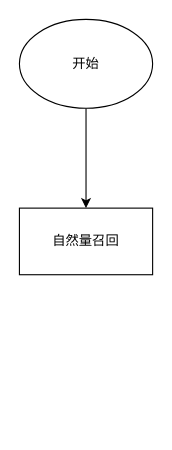
This is 22489091 【商店搜索】自然联运ecpm比价逻辑优化.drawio from ETHAN0430/draw.io.repo, a draw.io file, before an edit. Source tidied: cells renumbered, new cells numbered last; positions are measured from the earlier drawing's top-left corner, leaving out a move shared by most shapes. Both pictures are drawn from the tidied source at 111%, with x=0, y=0 at pixel (19, 19).
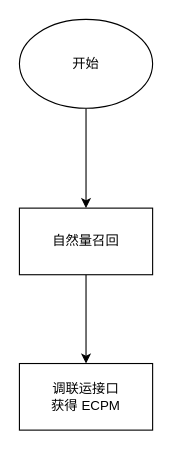
The same diagram, later.

Commit message (it also covers changes not shown here):
更新22489091 【商店搜索】自然联运ecpm比价逻辑优化.drawio

Change to the diagram source:
```diff
@@
 <mxGraphModel>
   <root>
     <mxCell id="0" />
     <mxCell id="1" parent="0" />
     <mxCell id="2" style="edgeStyle=orthogonalEdgeStyle;rounded=0;jettySize=auto;html=1;" parent="1" edge="1" source="3" target="4">
       <mxGeometry relative="1" as="geometry" />
     </mxCell>
     <mxCell id="3" value="开始" style="ellipse;whiteSpace=wrap;html=1;" parent="1" vertex="1">
       <mxGeometry width="120" height="80" as="geometry" />
     </mxCell>
+    <mxCell id="5" style="edgeStyle=orthogonalEdgeStyle;rounded=0;jettySize=auto;html=1;" parent="1" edge="1" source="4" target="6">
+      <mxGeometry relative="1" as="geometry" />
+    </mxCell>
     <mxCell id="4" value="自然量召回" style="whiteSpace=wrap;html=1;" parent="1" vertex="1">
       <mxGeometry y="170" width="120" height="60" as="geometry" />
     </mxCell>
+    <mxCell id="6" value="调联运接口&lt;br&gt;获得 ECPM" style="whiteSpace=wrap;html=1;" parent="1" vertex="1">
+      <mxGeometry y="310" width="120" height="60" as="geometry" />
+    </mxCell>
   </root>
 </mxGraphModel>
```
